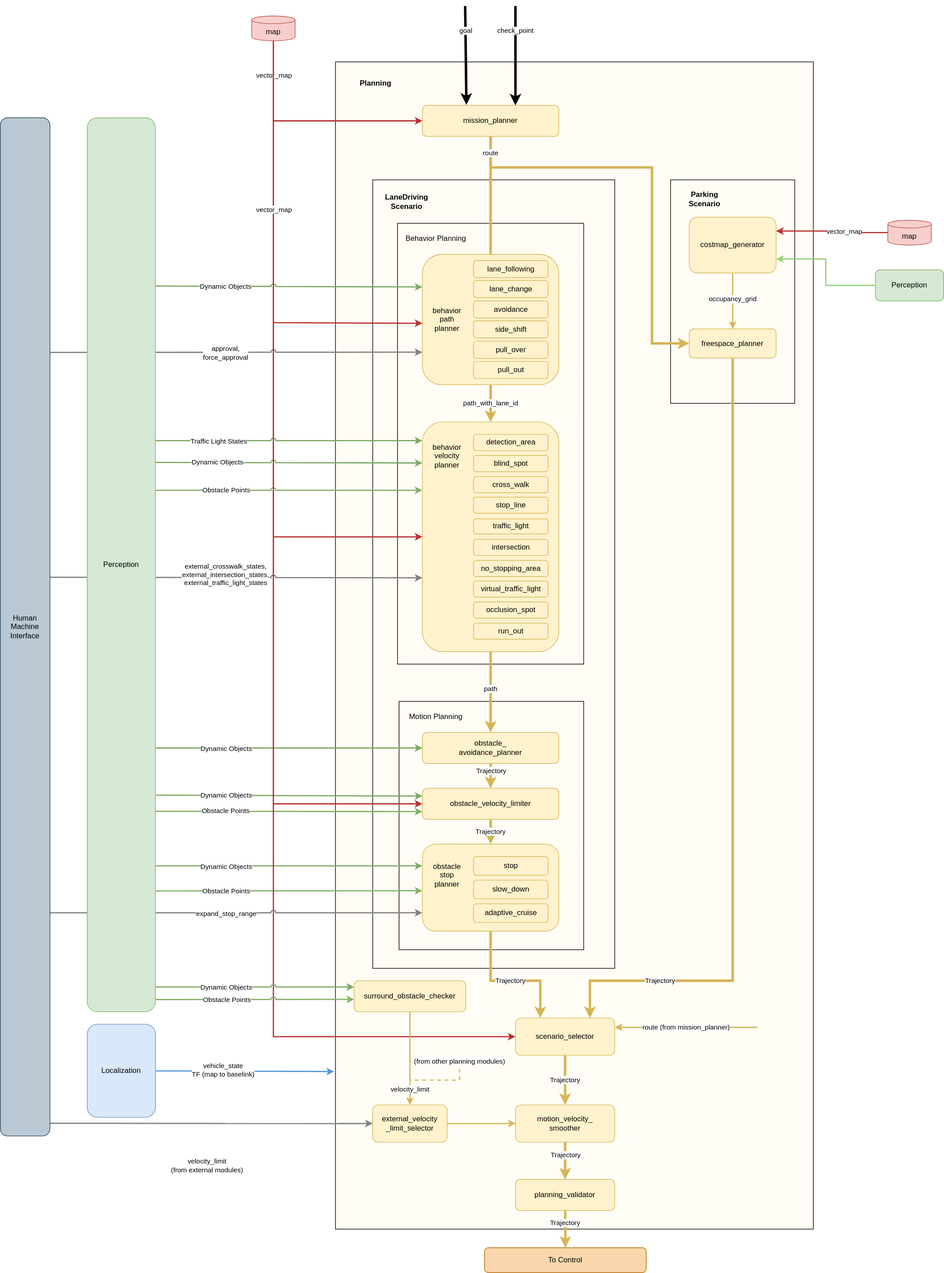
This is tier4-main/design/autoware-architecture/planning/image/planning-diagram.drawio.svg from tier4/autoware-documentation, a draw.io export, as it was before one commit. Source tidied: cells renumbered, new cells last; positions are measured from the earlier drawing's top-left corner, leaving out a move shared by most shapes.
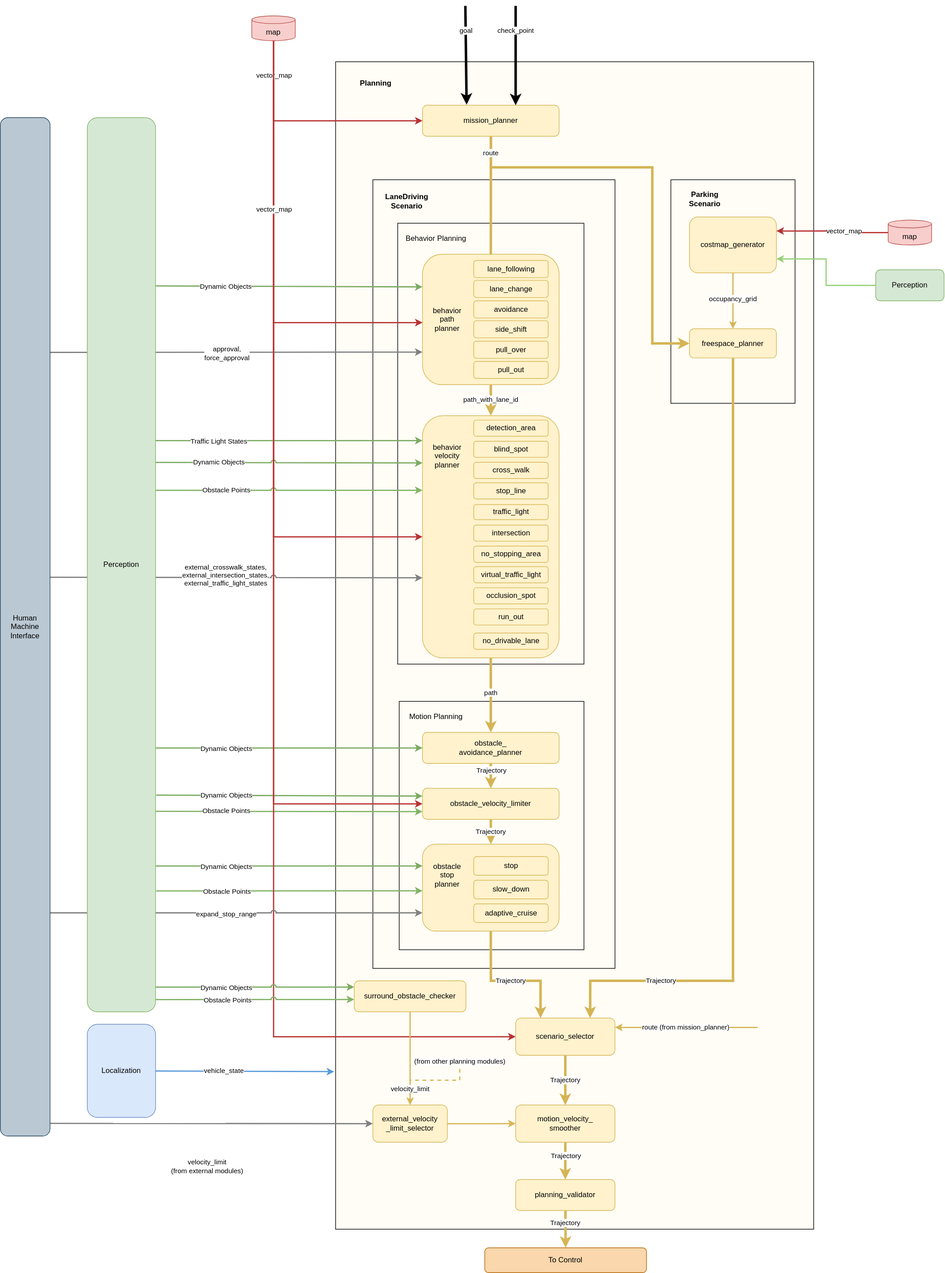
Above is the later version.

Diff of the diagram source:
```diff
@@ -47,7 +47,7 @@
       <mxGeometry x="-0.08" relative="1" as="geometry" />
     </mxCell>
     <mxCell id="14" style="rounded=1;whiteSpace=wrap;html=1;comic=0;fillColor=#fff2cc;strokeColor=#d6b656;verticalAlign=top;sketch=0;shadow=0;" parent="1" vertex="1">
-      <mxGeometry x="680" y="670" width="220" height="370" as="geometry" />
+      <mxGeometry x="680" y="660" width="220" height="390" as="geometry" />
     </mxCell>
     <mxCell id="15" value="Trajectory" style="edgeStyle=none;rounded=0;comic=0;jettySize=auto;html=1;entryX=0.5;entryY=0;entryDx=0;entryDy=0;startArrow=none;startFill=0;strokeColor=#D4B455;strokeWidth=4;" parent="1" edge="1" source="16" target="18">
       <mxGeometry x="-0.4" y="1" relative="1" as="geometry" />
@@ -289,7 +289,7 @@
     <mxCell id="68" style="edgeStyle=none;rounded=1;comic=0;jumpStyle=arc;jettySize=auto;html=1;entryX=-0.003;entryY=0.865;entryDx=0;entryDy=0;entryPerimeter=0;fontColor=#000000;strokeWidth=2;strokeColor=#5899DB;" parent="1" edge="1" source="70" target="2">
       <mxGeometry relative="1" as="geometry" />
     </mxCell>
-    <mxCell id="69" value="vehicle_state&lt;br&gt;TF (map to baselink)" style="edgeLabel;html=1;align=center;verticalAlign=middle;fontColor=#000000;" parent="68" vertex="1">
+    <mxCell id="69" value="vehicle_state" style="edgeLabel;html=1;align=center;verticalAlign=middle;fontColor=#000000;" parent="68" vertex="1">
       <mxGeometry x="-0.25" y="2" relative="1" as="geometry" />
     </mxCell>
     <mxCell id="70" value="&lt;div style=&quot;text-align: left&quot;&gt;Localization&lt;/div&gt;" style="rounded=1;whiteSpace=wrap;html=1;comic=0;fillColor=#dae8fc;strokeColor=#6c8ebf;sketch=0;shadow=0;" parent="1" vertex="1">
@@ -391,34 +391,34 @@
       <mxGeometry x="762.5" y="572.5" width="120" height="27.5" as="geometry" />
     </mxCell>
     <mxCell id="95" value="blind_spot" style="rounded=1;whiteSpace=wrap;html=1;comic=0;fillColor=#fff2cc;strokeColor=#d6b656;sketch=0;shadow=0;" parent="1" vertex="1">
-      <mxGeometry x="762.5" y="724" width="120" height="26.1" as="geometry" />
+      <mxGeometry x="762.5" y="701" width="120" height="26.1" as="geometry" />
     </mxCell>
     <mxCell id="96" value="cross_walk" style="rounded=1;whiteSpace=wrap;html=1;comic=0;fillColor=#fff2cc;strokeColor=#d6b656;sketch=0;shadow=0;" parent="1" vertex="1">
-      <mxGeometry x="762.5" y="758" width="120" height="26.1" as="geometry" />
+      <mxGeometry x="762.5" y="735" width="120" height="26.1" as="geometry" />
     </mxCell>
     <mxCell id="97" value="stop_line" style="rounded=1;whiteSpace=wrap;html=1;comic=0;fillColor=#fff2cc;strokeColor=#d6b656;sketch=0;shadow=0;" parent="1" vertex="1">
-      <mxGeometry x="762.5" y="791" width="120" height="26.1" as="geometry" />
+      <mxGeometry x="762.5" y="768" width="120" height="26.1" as="geometry" />
     </mxCell>
     <mxCell id="98" value="traffic_light" style="rounded=1;whiteSpace=wrap;html=1;comic=0;fillColor=#fff2cc;strokeColor=#d6b656;sketch=0;shadow=0;" parent="1" vertex="1">
-      <mxGeometry x="762.5" y="826" width="120" height="24.3" as="geometry" />
+      <mxGeometry x="762.5" y="803" width="120" height="24.3" as="geometry" />
     </mxCell>
     <mxCell id="99" value="intersection" style="rounded=1;whiteSpace=wrap;html=1;comic=0;fillColor=#fff2cc;strokeColor=#d6b656;sketch=0;shadow=0;" parent="1" vertex="1">
-      <mxGeometry x="762.5" y="859" width="120" height="26.1" as="geometry" />
+      <mxGeometry x="762.5" y="836" width="120" height="26.1" as="geometry" />
     </mxCell>
     <mxCell id="100" value="detection_area" style="rounded=1;whiteSpace=wrap;html=1;comic=0;fillColor=#fff2cc;strokeColor=#d6b656;sketch=0;shadow=0;" parent="1" vertex="1">
-      <mxGeometry x="762.5" y="690" width="120" height="26.1" as="geometry" />
+      <mxGeometry x="762.5" y="667" width="120" height="26.1" as="geometry" />
     </mxCell>
     <mxCell id="101" value="no_stopping_area" style="rounded=1;whiteSpace=wrap;html=1;comic=0;fillColor=#fff2cc;strokeColor=#d6b656;sketch=0;shadow=0;" parent="1" vertex="1">
-      <mxGeometry x="762.5" y="893" width="120" height="26.1" as="geometry" />
+      <mxGeometry x="762.5" y="870" width="120" height="26.1" as="geometry" />
     </mxCell>
     <mxCell id="102" value="virtual_traffic_light" style="rounded=1;whiteSpace=wrap;html=1;comic=0;fillColor=#fff2cc;strokeColor=#d6b656;sketch=0;shadow=0;" parent="1" vertex="1">
-      <mxGeometry x="762.5" y="926" width="120" height="26.1" as="geometry" />
+      <mxGeometry x="762.5" y="903" width="120" height="26.1" as="geometry" />
     </mxCell>
     <mxCell id="103" value="occlusion_spot" style="rounded=1;whiteSpace=wrap;html=1;comic=0;fillColor=#fff2cc;strokeColor=#d6b656;sketch=0;shadow=0;" parent="1" vertex="1">
-      <mxGeometry x="762.5" y="960" width="120" height="26.1" as="geometry" />
+      <mxGeometry x="762.5" y="937" width="120" height="26.1" as="geometry" />
     </mxCell>
     <mxCell id="104" value="run_out" style="rounded=1;whiteSpace=wrap;html=1;comic=0;fillColor=#fff2cc;strokeColor=#d6b656;sketch=0;shadow=0;" parent="1" vertex="1">
-      <mxGeometry x="762.5" y="993.9" width="120" height="26.1" as="geometry" />
+      <mxGeometry x="762.5" y="970.9" width="120" height="26.1" as="geometry" />
     </mxCell>
     <mxCell id="105" value="check_point" style="endArrow=classic;html=1;entryX=0.5;entryY=0;entryDx=0;entryDy=0;strokeWidth=4;" parent="1" edge="1">
       <mxGeometry x="-0.5" relative="1" as="geometry">
@@ -478,5 +478,8 @@
     <mxCell id="115" value="planning_validator" style="rounded=1;whiteSpace=wrap;html=1;comic=0;fillColor=#fff2cc;strokeColor=#d6b656;sketch=0;shadow=0;" parent="1" vertex="1">
       <mxGeometry x="830" y="1890" width="160" height="50" as="geometry" />
     </mxCell>
+    <mxCell id="116" value="no_drivable_lane" style="rounded=1;whiteSpace=wrap;html=1;comic=0;fillColor=#fff2cc;strokeColor=#d6b656;sketch=0;shadow=0;" parent="1" vertex="1">
+      <mxGeometry x="762.5" y="1010" width="120" height="26.1" as="geometry" />
+    </mxCell>
   </root>
 </mxGraphModel>
```
